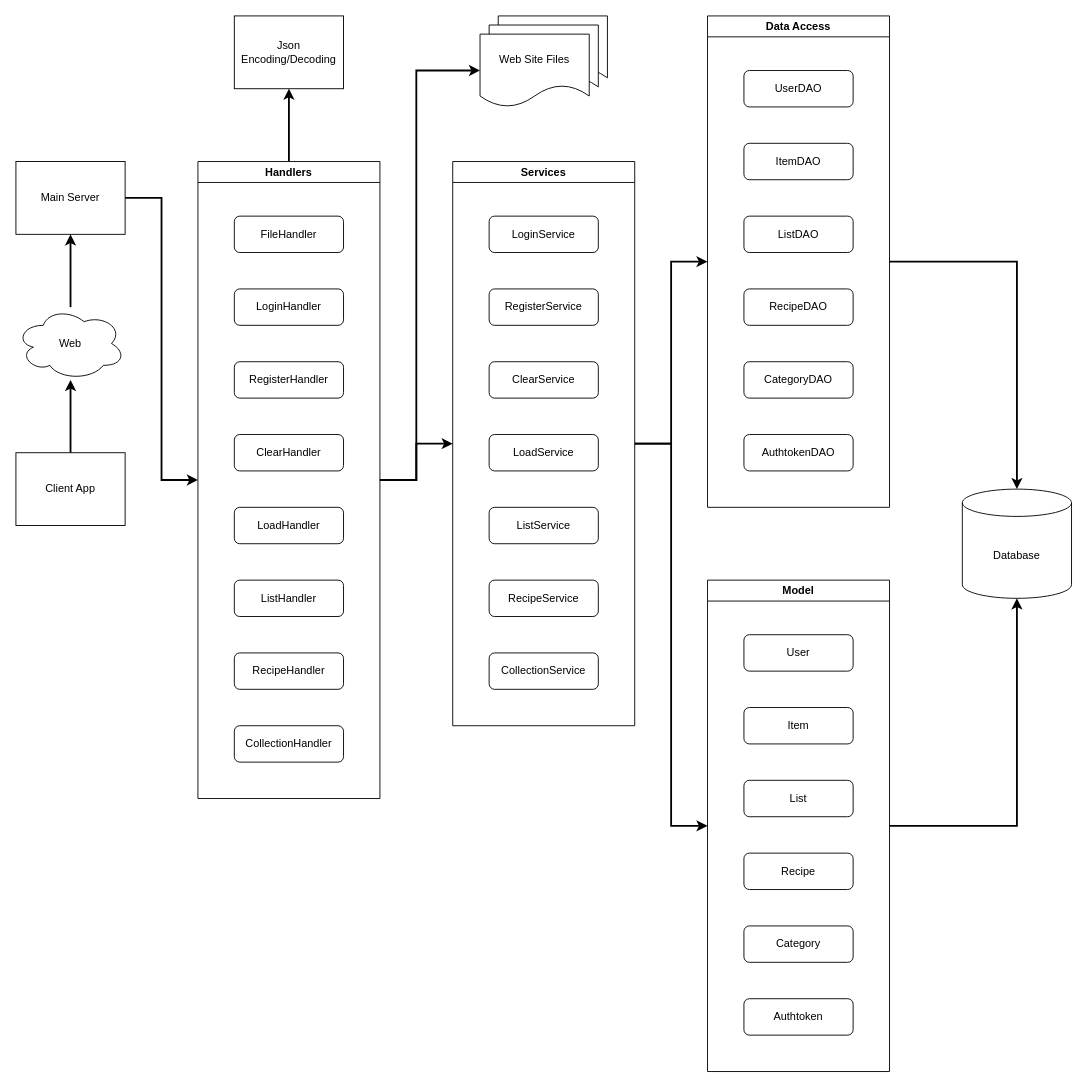
The draw.io diagram FLServerDiagram.drawio in JacksonSahleen/FamilyListServer, before the edit. Source tidied: cells renumbered, new cells numbered last; positions are measured from the earlier drawing's top-left corner, leaving out a move shared by most shapes. Both pictures are drawn from the tidied source at 91%, with x=0, y=0 at pixel (15, 15).
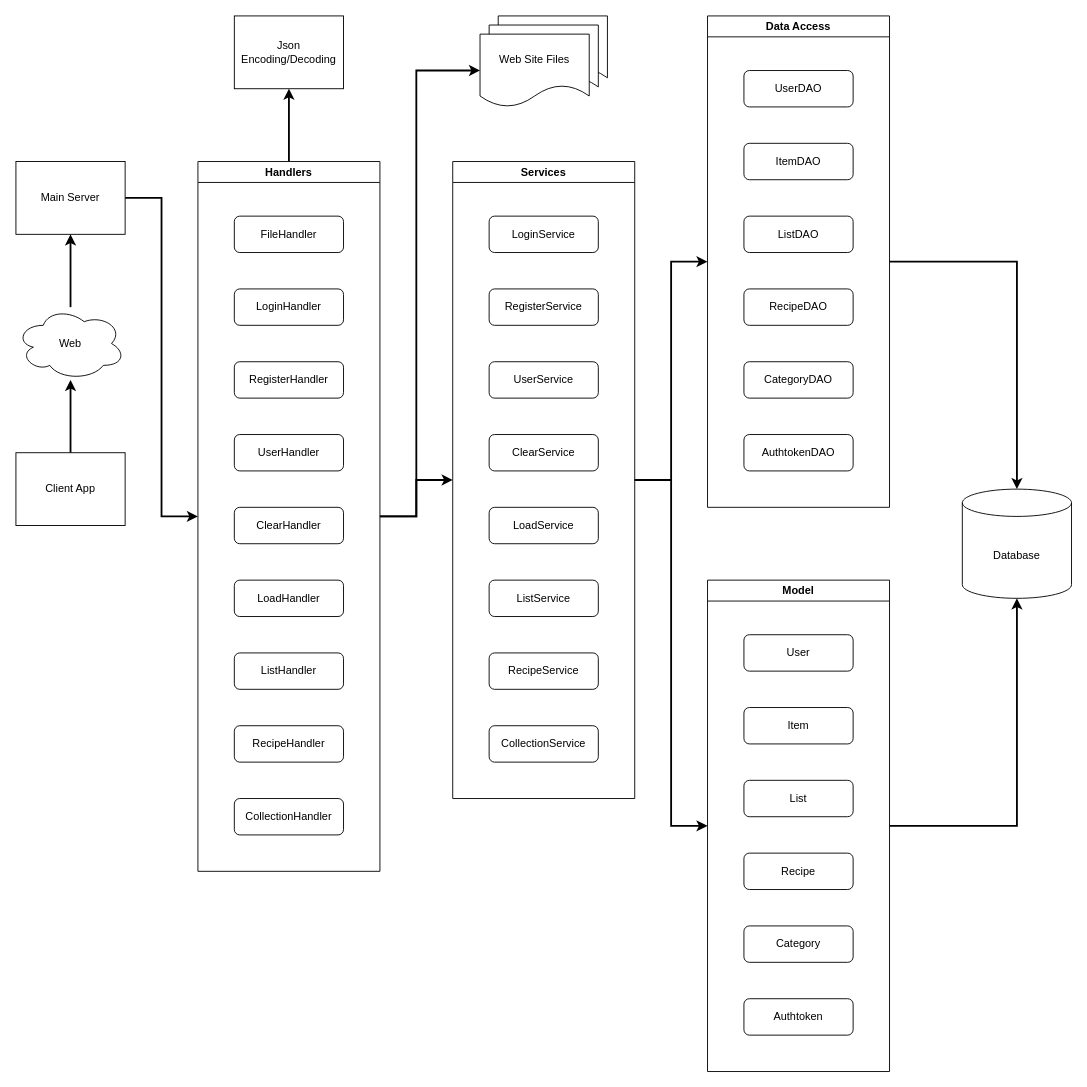
The same page after the edit.

The change refers to these unchanged cells:
```xml
<mxCell id="49" value="Web Site Files" style="shape=document;whiteSpace=wrap;html=1;boundedLbl=1;" parent="1" vertex="1">
  <mxGeometry x="510" y="20" width="120" height="80" as="geometry" />
</mxCell>
```

Change to the diagram source:
```diff
@@
     <mxCell id="21" value="Services" style="swimlane;whiteSpace=wrap;html=1;" parent="1" vertex="1">
-      <mxGeometry x="480" y="160" width="200" height="620" as="geometry" />
+      <mxGeometry x="480" y="160" width="200" height="700" as="geometry" />
     </mxCell>
@@
     <mxCell id="24" value="ClearService" style="rounded=1;whiteSpace=wrap;html=1;" parent="21" vertex="1">
-      <mxGeometry x="40" y="220" width="120" height="40" as="geometry" />
+      <mxGeometry x="40" y="300" width="120" height="40" as="geometry" />
     </mxCell>
     <mxCell id="25" value="LoadService" style="rounded=1;whiteSpace=wrap;html=1;" parent="21" vertex="1">
-      <mxGeometry x="40" y="300" width="120" height="40" as="geometry" />
+      <mxGeometry x="40" y="380" width="120" height="40" as="geometry" />
     </mxCell>
     <mxCell id="26" value="ListService" style="rounded=1;whiteSpace=wrap;html=1;" parent="21" vertex="1">
-      <mxGeometry x="40" y="380" width="120" height="40" as="geometry" />
+      <mxGeometry x="40" y="460" width="120" height="40" as="geometry" />
     </mxCell>
     <mxCell id="27" value="CollectionService" style="rounded=1;whiteSpace=wrap;html=1;" parent="21" vertex="1">
-      <mxGeometry x="40" y="540" width="120" height="40" as="geometry" />
+      <mxGeometry x="40" y="620" width="120" height="40" as="geometry" />
     </mxCell>
     <mxCell id="28" value="RecipeService" style="rounded=1;whiteSpace=wrap;html=1;" parent="21" vertex="1">
-      <mxGeometry x="40" y="460" width="120" height="40" as="geometry" />
+      <mxGeometry x="40" y="540" width="120" height="40" as="geometry" />
     </mxCell>
+    <mxCell id="51" value="UserService" style="rounded=1;whiteSpace=wrap;html=1;" parent="21" vertex="1">
+      <mxGeometry x="40" y="220" width="120" height="40" as="geometry" />
+    </mxCell>
@@
     <mxCell id="31" style="edgeStyle=orthogonalEdgeStyle;rounded=0;jettySize=auto;html=1;entryX=0;entryY=0.5;entryDx=0;entryDy=0;exitX=1;exitY=0.5;exitDx=0;exitDy=0;strokeWidth=2;" parent="1" edge="1" source="32" target="49">
       <mxGeometry relative="1" as="geometry">
         <Array as="points">
-          <mxPoint x="440" y="510" />
+          <mxPoint x="440" y="550" />
           <mxPoint x="440" y="60" />
         </Array>
       </mxGeometry>
     </mxCell>
     <mxCell id="32" value="Handlers" style="swimlane;whiteSpace=wrap;html=1;" parent="1" vertex="1">
-      <mxGeometry x="200" y="160" width="200" height="700" as="geometry" />
+      <mxGeometry x="200" y="160" width="200" height="780" as="geometry" />
     </mxCell>
@@
     <mxCell id="36" value="ClearHandler" style="rounded=1;whiteSpace=wrap;html=1;" parent="32" vertex="1">
-      <mxGeometry x="40" y="300" width="120" height="40" as="geometry" />
+      <mxGeometry x="40" y="380" width="120" height="40" as="geometry" />
     </mxCell>
     <mxCell id="37" value="LoadHandler" style="rounded=1;whiteSpace=wrap;html=1;" parent="32" vertex="1">
-      <mxGeometry x="40" y="380" width="120" height="40" as="geometry" />
+      <mxGeometry x="40" y="460" width="120" height="40" as="geometry" />
     </mxCell>
     <mxCell id="38" value="ListHandler" style="rounded=1;whiteSpace=wrap;html=1;" parent="32" vertex="1">
-      <mxGeometry x="40" y="460" width="120" height="40" as="geometry" />
+      <mxGeometry x="40" y="540" width="120" height="40" as="geometry" />
     </mxCell>
     <mxCell id="39" value="RecipeHandler" style="rounded=1;whiteSpace=wrap;html=1;" parent="32" vertex="1">
-      <mxGeometry x="40" y="540" width="120" height="40" as="geometry" />
+      <mxGeometry x="40" y="620" width="120" height="40" as="geometry" />
     </mxCell>
     <mxCell id="40" value="CollectionHandler" style="rounded=1;whiteSpace=wrap;html=1;" parent="32" vertex="1">
-      <mxGeometry x="40" y="620" width="120" height="40" as="geometry" />
+      <mxGeometry x="40" y="700" width="120" height="40" as="geometry" />
     </mxCell>
+    <mxCell id="52" value="UserHandler" style="rounded=1;whiteSpace=wrap;html=1;" parent="32" vertex="1">
+      <mxGeometry x="40" y="300" width="120" height="40" as="geometry" />
+    </mxCell>
```
